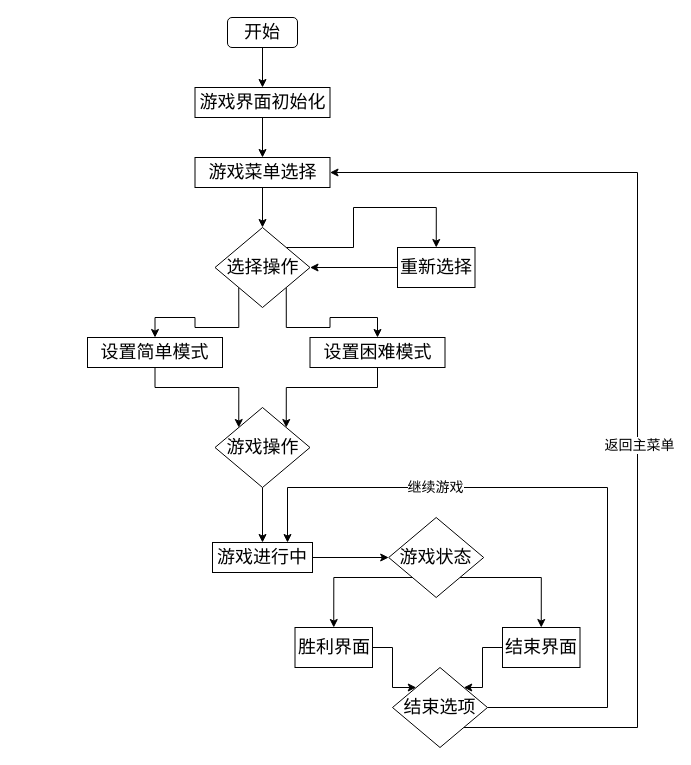
Above: 未命名绘图.drawio in Dreamsuper-art/demo (draw.io), before the change. Source tidied: cells renumbered, new cells numbered last; positions are measured from the earlier drawing's top-left corner, leaving out a move shared by most shapes. Both pictures are drawn from the tidied source at 100%, with x=0, y=0 at pixel (87, 17).
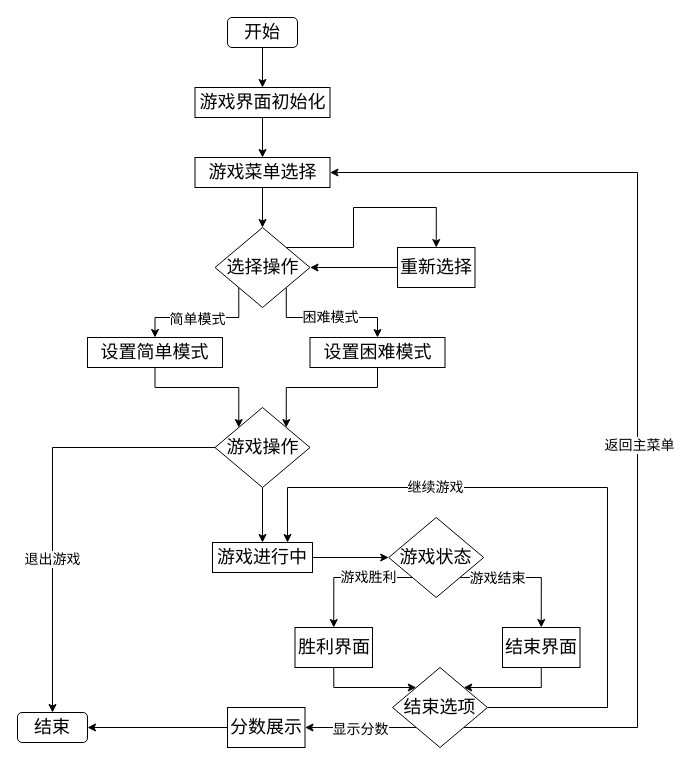
The same page after the edit.

Commit message (it also covers changes not shown here):
更新未命名绘图.drawio

The change refers to these unchanged cells:
```xml
<mxCell id="11" value="&lt;font style=&quot;font-size: 18px;&quot;&gt;选择操作&lt;/font&gt;" style="rhombus;whiteSpace=wrap;html=1;" parent="1" vertex="1">
  <mxGeometry x="127.5" y="210" width="95" height="80" as="geometry" />
</mxCell>
<mxCell id="13" value="&lt;span style=&quot;font-size: 18px;&quot;&gt;设置简单模式&lt;/span&gt;" style="rounded=0;whiteSpace=wrap;html=1;" parent="1" vertex="1">
  <mxGeometry y="320" width="135" height="30" as="geometry" />
</mxCell>
<mxCell id="15" value="&lt;font style=&quot;font-size: 18px;&quot;&gt;设置困难模式&lt;/font&gt;" style="rounded=0;whiteSpace=wrap;html=1;" parent="1" vertex="1">
  <mxGeometry x="222.5" y="320" width="135" height="30" as="geometry" />
</mxCell>
<mxCell id="17" value="&lt;span style=&quot;font-size: 18px;&quot;&gt;游戏操作&lt;/span&gt;" style="rhombus;whiteSpace=wrap;html=1;" parent="1" vertex="1">
  <mxGeometry x="127.5" y="390" width="95" height="80" as="geometry" />
</mxCell>
<mxCell id="23" style="edgeStyle=orthogonalEdgeStyle;rounded=0;jettySize=auto;html=1;exitX=0;exitY=1;exitDx=0;exitDy=0;entryX=0.5;entryY=0;entryDx=0;entryDy=0;" parent="1" edge="1" source="25" target="27">
  <mxGeometry relative="1" as="geometry" />
</mxCell>
<mxCell id="24" style="edgeStyle=orthogonalEdgeStyle;rounded=0;jettySize=auto;html=1;exitX=1;exitY=1;exitDx=0;exitDy=0;entryX=0.5;entryY=0;entryDx=0;entryDy=0;" parent="1" edge="1" source="25" target="29">
  <mxGeometry relative="1" as="geometry" />
</mxCell>
<mxCell id="27" value="&lt;span style=&quot;font-size: 18px;&quot;&gt;胜利界面&lt;/span&gt;" style="whiteSpace=wrap;html=1;" parent="1" vertex="1">
  <mxGeometry x="207.5" y="610" width="77.5" height="40" as="geometry" />
</mxCell>
<mxCell id="29" value="&lt;span style=&quot;font-size: 18px;&quot;&gt;结束界面&lt;/span&gt;" style="whiteSpace=wrap;html=1;" parent="1" vertex="1">
  <mxGeometry x="415" y="610" width="77.5" height="40" as="geometry" />
</mxCell>
<mxCell id="34" value="&lt;span style=&quot;font-size: 18px;&quot;&gt;结束选项&lt;/span&gt;" style="rhombus;whiteSpace=wrap;html=1;" parent="1" vertex="1">
  <mxGeometry x="305" y="650" width="95" height="80" as="geometry" />
</mxCell>
```

Change to the diagram source:
```diff
@@
     <mxCell id="9" style="edgeStyle=orthogonalEdgeStyle;rounded=0;jettySize=auto;html=1;exitX=0;exitY=1;exitDx=0;exitDy=0;entryX=0.5;entryY=0;entryDx=0;entryDy=0;" parent="1" edge="1" source="11" target="13">
-      <mxGeometry relative="1" as="geometry" />
+      <mxGeometry relative="1" as="geometry">
+        <Array as="points">
+          <mxPoint x="151" y="300" />
+          <mxPoint x="68" y="300" />
+        </Array>
+      </mxGeometry>
     </mxCell>
+    <mxCell id="35" value="&lt;font style=&quot;font-size: 14px;&quot;&gt;简单模式&lt;/font&gt;" style="edgeLabel;html=1;align=center;verticalAlign=middle;" parent="9" vertex="1">
+      <mxGeometry x="0.07" y="1" relative="1" as="geometry" />
+    </mxCell>
     <mxCell id="10" style="edgeStyle=orthogonalEdgeStyle;rounded=0;jettySize=auto;html=1;exitX=1;exitY=1;exitDx=0;exitDy=0;entryX=0.5;entryY=0;entryDx=0;entryDy=0;" parent="1" edge="1" source="11" target="15">
-      <mxGeometry relative="1" as="geometry" />
+      <mxGeometry relative="1" as="geometry">
+        <Array as="points">
+          <mxPoint x="199" y="300" />
+          <mxPoint x="290" y="300" />
+        </Array>
+      </mxGeometry>
     </mxCell>
+    <mxCell id="36" value="&lt;font style=&quot;font-size: 14px;&quot;&gt;困难模式&lt;/font&gt;" style="edgeLabel;html=1;align=center;verticalAlign=middle;" parent="10" vertex="1">
+      <mxGeometry x="0.04" y="1" relative="1" as="geometry">
+        <mxPoint x="1" as="offset" />
+      </mxGeometry>
+    </mxCell>
@@
+    <mxCell id="37" style="edgeStyle=orthogonalEdgeStyle;rounded=0;jettySize=auto;html=1;exitX=0;exitY=0.5;exitDx=0;exitDy=0;entryX=0.5;entryY=0;entryDx=0;entryDy=0;" parent="1" edge="1" source="17" target="43">
+      <mxGeometry relative="1" as="geometry" />
+    </mxCell>
+    <mxCell id="38" value="&lt;font style=&quot;font-size: 14px;&quot;&gt;退出游戏&lt;/font&gt;" style="edgeLabel;html=1;align=center;verticalAlign=middle;" parent="37" vertex="1">
+      <mxGeometry x="0.28" y="-1" relative="1" as="geometry" />
+    </mxCell>
@@
+    <mxCell id="39" value="&lt;font style=&quot;font-size: 14px;&quot;&gt;游戏胜利&lt;/font&gt;" style="edgeLabel;html=1;align=center;verticalAlign=middle;" parent="23" vertex="1">
+      <mxGeometry x="-0.31" relative="1" as="geometry">
+        <mxPoint y="-1" as="offset" />
+      </mxGeometry>
+    </mxCell>
@@
+    <mxCell id="40" value="&lt;font style=&quot;font-size: 14px;&quot;&gt;游戏结束&lt;/font&gt;" style="edgeLabel;html=1;align=center;verticalAlign=middle;" parent="24" vertex="1">
+      <mxGeometry x="-0.44" y="-1" relative="1" as="geometry">
+        <mxPoint y="-1" as="offset" />
+      </mxGeometry>
+    </mxCell>
@@
-    <mxCell id="26" style="edgeStyle=orthogonalEdgeStyle;rounded=0;jettySize=auto;html=1;exitX=1;exitY=0.5;exitDx=0;exitDy=0;entryX=0;entryY=0;entryDx=0;entryDy=0;" parent="1" edge="1" source="27" target="34">
+    <mxCell id="26" style="edgeStyle=orthogonalEdgeStyle;rounded=0;jettySize=auto;html=1;exitX=0.5;exitY=1;exitDx=0;exitDy=0;entryX=0;entryY=0;entryDx=0;entryDy=0;" parent="1" edge="1" source="27" target="34">
       <mxGeometry relative="1" as="geometry" />
     </mxCell>
@@
-    <mxCell id="28" style="edgeStyle=orthogonalEdgeStyle;rounded=0;jettySize=auto;html=1;exitX=0;exitY=0.5;exitDx=0;exitDy=0;entryX=1;entryY=0;entryDx=0;entryDy=0;" parent="1" edge="1" source="29" target="34">
+    <mxCell id="28" style="edgeStyle=orthogonalEdgeStyle;rounded=0;jettySize=auto;html=1;exitX=0.5;exitY=1;exitDx=0;exitDy=0;entryX=1;entryY=0;entryDx=0;entryDy=0;" parent="1" edge="1" source="29" target="34">
       <mxGeometry relative="1" as="geometry" />
     </mxCell>
@@
+    <mxCell id="41" style="edgeStyle=orthogonalEdgeStyle;rounded=0;jettySize=auto;html=1;exitX=0;exitY=1;exitDx=0;exitDy=0;entryX=1;entryY=0.5;entryDx=0;entryDy=0;" parent="1" edge="1" source="34" target="45">
+      <mxGeometry relative="1" as="geometry" />
+    </mxCell>
+    <mxCell id="42" value="&lt;font style=&quot;font-size: 14px;&quot;&gt;显示分数&lt;/font&gt;" style="edgeLabel;html=1;align=center;verticalAlign=middle;" parent="41" vertex="1">
+      <mxGeometry x="0.02" y="3" relative="1" as="geometry">
+        <mxPoint x="1" y="-2" as="offset" />
+      </mxGeometry>
+    </mxCell>
@@
+    <mxCell id="43" value="&lt;span style=&quot;font-size: 18px;&quot;&gt;结束&lt;/span&gt;" style="rounded=1;whiteSpace=wrap;html=1;" parent="1" vertex="1">
+      <mxGeometry x="-70" y="695" width="70" height="30" as="geometry" />
+    </mxCell>
+    <mxCell id="44" style="edgeStyle=orthogonalEdgeStyle;rounded=0;jettySize=auto;html=1;exitX=0;exitY=0.5;exitDx=0;exitDy=0;entryX=1;entryY=0.5;entryDx=0;entryDy=0;" parent="1" edge="1" source="45" target="43">
+      <mxGeometry relative="1" as="geometry" />
+    </mxCell>
+    <mxCell id="45" value="&lt;span style=&quot;font-size: 18px;&quot;&gt;分数展示&lt;/span&gt;" style="whiteSpace=wrap;html=1;" parent="1" vertex="1">
+      <mxGeometry x="140" y="690" width="77.5" height="40" as="geometry" />
+    </mxCell>
```
